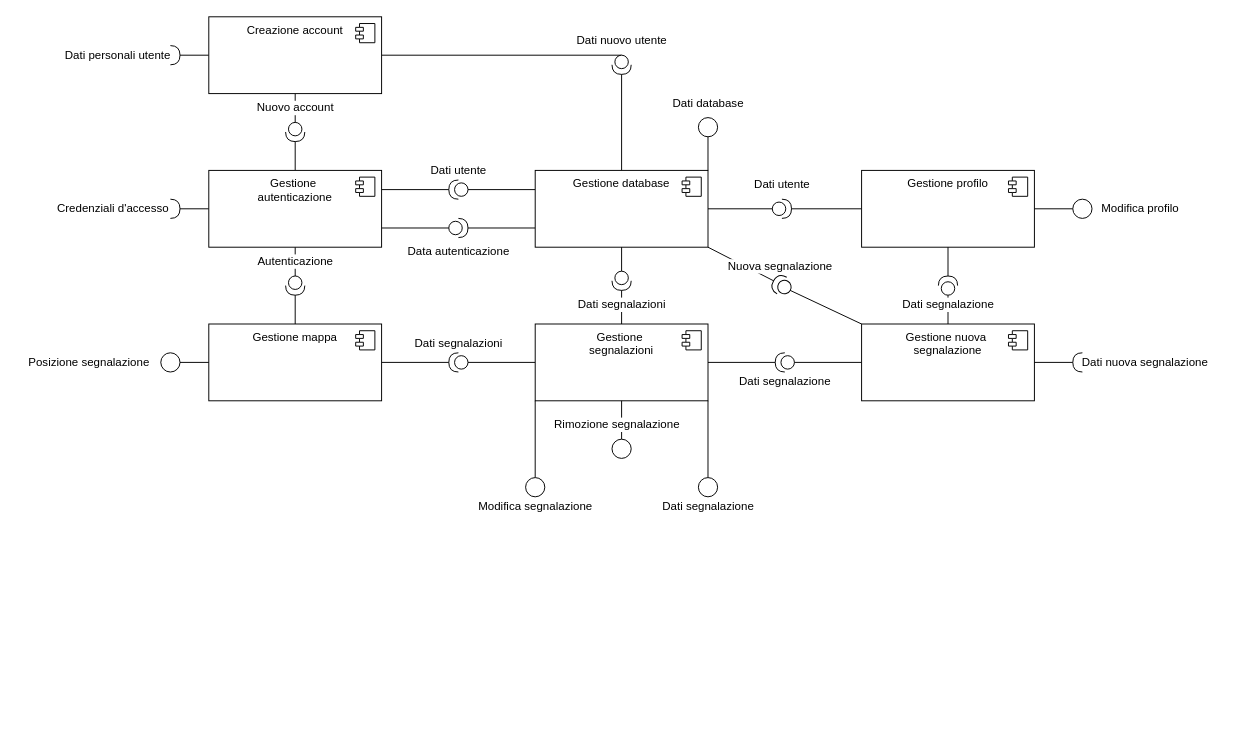
Earlier version of the draw.io diagram page "Pagina-14" (14 of 14) of Copia di IS.drawio (LucaBarbolini/Prova1). Source tidied: cells renumbered, new cells numbered last; positions are measured from the earlier drawing's top-left corner, leaving out a move shared by most shapes. Both pictures are drawn from the tidied source at 96%, with x=0, y=0 at pixel (16, 16).
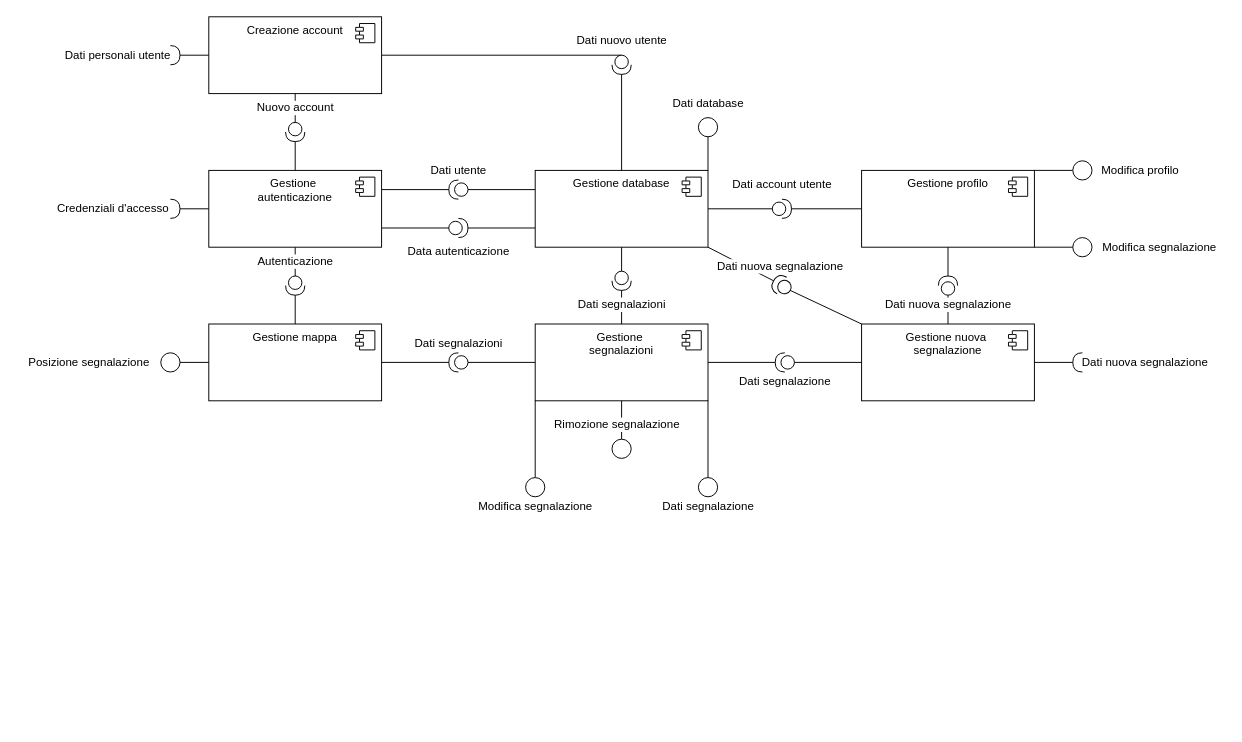
The same diagram, later.

Unchanged cells that the change refers to:
```xml
<mxCell id="48" value="Gestione profilo" style="html=1;whiteSpace=wrap;strokeColor=default;align=center;verticalAlign=top;fontFamily=Helvetica;fontSize=12;fontColor=default;fillColor=default;" parent="1" vertex="1">
  <mxGeometry x="880" y="160" width="180" height="80" as="geometry" />
</mxCell>
```

The edit, as a diff of the source:
```diff
@@
-    <mxCell id="42" value="Nuova segnalazione" style="text;html=1;align=center;verticalAlign=middle;strokeColor=none;fillColor=none;fontFamily=Helvetica;fontSize=12;fontColor=default;labelBorderColor=none;labelBackgroundColor=default;" parent="1" vertex="1">
-      <mxGeometry x="730" y="245" width="130" height="30" as="geometry" />
+    <mxCell id="42" value="Dati nuova segnalazione" style="text;html=1;align=center;verticalAlign=middle;strokeColor=none;fillColor=none;fontFamily=Helvetica;fontSize=12;fontColor=default;labelBorderColor=none;labelBackgroundColor=default;" parent="1" vertex="1">
+      <mxGeometry x="720" y="245" width="150" height="30" as="geometry" />
     </mxCell>
@@
-    <mxCell id="45" value="Dati utente" style="text;html=1;align=center;verticalAlign=middle;strokeColor=none;fillColor=none;fontFamily=Helvetica;fontSize=12;fontColor=default;" parent="1" vertex="1">
-      <mxGeometry x="757" y="160" width="80" height="30" as="geometry" />
+    <mxCell id="45" value="Dati account utente" style="text;html=1;align=center;verticalAlign=middle;strokeColor=none;fillColor=none;fontFamily=Helvetica;fontSize=12;fontColor=default;" parent="1" vertex="1">
+      <mxGeometry x="732" y="160" width="130" height="30" as="geometry" />
     </mxCell>
@@
-    <mxCell id="69" style="endArrow=none;html=1;rounded=0;exitX=1;exitY=0.5;exitDx=0;exitDy=0;entryX=0.5;entryY=0;entryDx=0;entryDy=0;" parent="1" edge="1" source="48" target="78">
+    <mxCell id="69" style="endArrow=none;html=1;rounded=0;exitX=1;exitY=0;exitDx=0;exitDy=0;entryX=0.5;entryY=0;entryDx=0;entryDy=0;" parent="1" edge="1" source="48" target="78">
       <mxGeometry relative="1" as="geometry" />
     </mxCell>
     <mxCell id="70" value="Modifica profilo" style="text;html=1;align=center;verticalAlign=middle;strokeColor=none;fillColor=none;" parent="1" vertex="1">
-      <mxGeometry x="1120" y="185" width="100" height="30" as="geometry" />
+      <mxGeometry x="1120" y="145" width="100" height="30" as="geometry" />
     </mxCell>
@@
     <mxCell id="78" style="ellipse;whiteSpace=wrap;html=1;direction=north;" parent="1" vertex="1">
-      <mxGeometry x="1100" y="190" width="20" height="20" as="geometry" />
+      <mxGeometry x="1100" y="150" width="20" height="20" as="geometry" />
     </mxCell>
@@
-    <mxCell id="82" value="Dati segnalazione" style="text;html=1;align=center;verticalAlign=middle;strokeColor=none;fillColor=none;fontFamily=Helvetica;fontSize=12;fontColor=default;labelBackgroundColor=default;" parent="1" vertex="1">
-      <mxGeometry x="910" y="285" width="120" height="30" as="geometry" />
+    <mxCell id="82" value="Dati nuova segnalazione" style="text;html=1;align=center;verticalAlign=middle;strokeColor=none;fillColor=none;fontFamily=Helvetica;fontSize=12;fontColor=default;labelBackgroundColor=default;" parent="1" vertex="1">
+      <mxGeometry x="895" y="285" width="150" height="30" as="geometry" />
     </mxCell>
@@
+    <mxCell id="90" style="ellipse;whiteSpace=wrap;html=1;direction=north;" parent="1" vertex="1">
+      <mxGeometry x="1100" y="230" width="20" height="20" as="geometry" />
+    </mxCell>
+    <mxCell id="91" style="endArrow=none;html=1;rounded=0;entryX=0.5;entryY=0;entryDx=0;entryDy=0;exitX=1;exitY=1;exitDx=0;exitDy=0;" parent="1" edge="1" source="48" target="90">
+      <mxGeometry relative="1" as="geometry" />
+    </mxCell>
+    <mxCell id="92" value="Modifica segnalazione" style="text;html=1;align=center;verticalAlign=middle;strokeColor=none;fillColor=none;" parent="1" vertex="1">
+      <mxGeometry x="1120" y="225" width="140" height="30" as="geometry" />
+    </mxCell>
```
